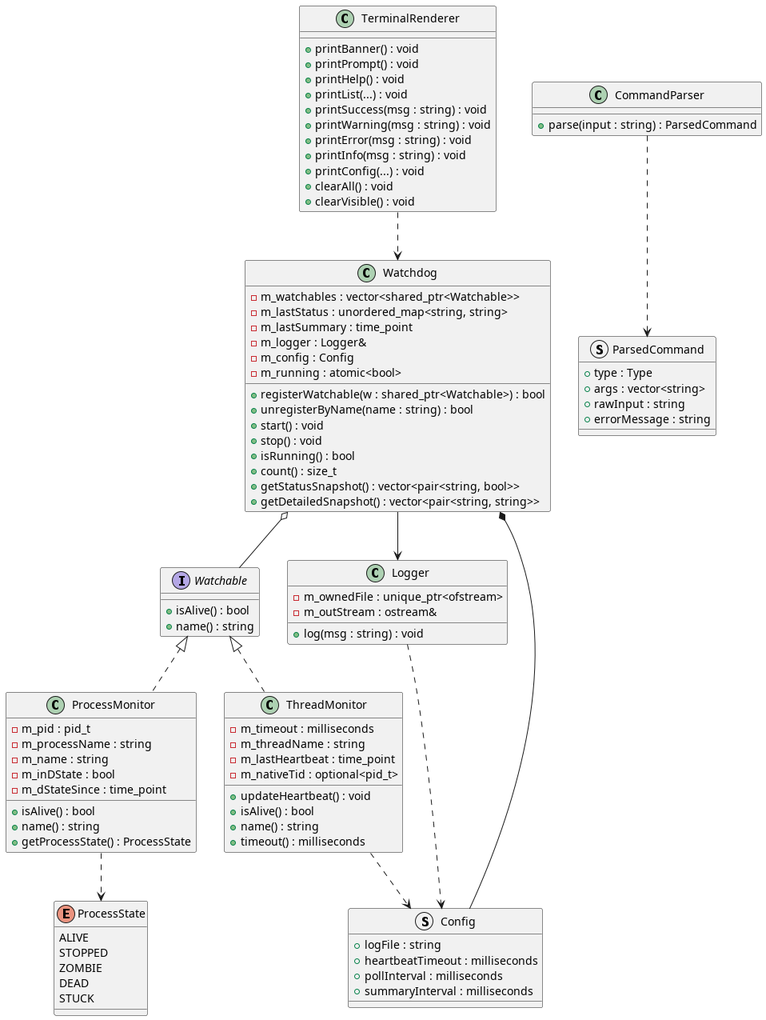
The PlantUML diagram documentation/class_diagram.png in davidcuruvija/universal-watchdog-qml, before a commit.
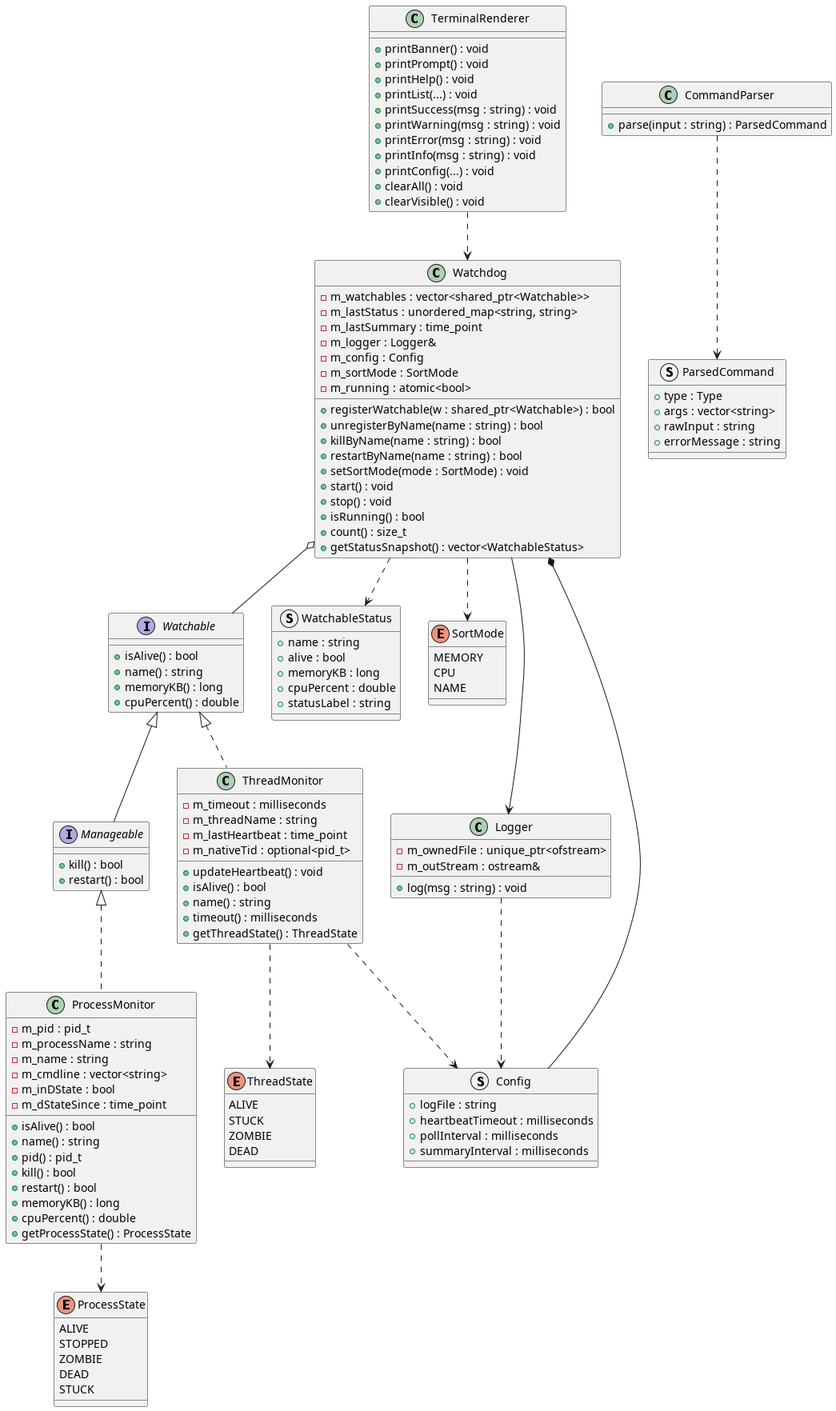
After the commit.

Commit message:
docs: Update UML class diagram with Manageable, ThreadState, SortMode and new Watchdog methods

Change to the diagram source:
```diff
@@ -3,6 +3,28 @@
 interface Watchable {
     +isAlive() : bool
     +name() : string
+    +memoryKB() : long
+    +cpuPercent() : double
+}
+
+interface Manageable {
+    +kill() : bool
+    +restart() : bool
+}
+
+struct WatchableStatus {
+    +name : string
+    +alive : bool
+    +memoryKB : long
+    +cpuPercent : double
+    +statusLabel : string
+}
+
+enum ThreadState {
+    ALIVE
+    STUCK
+    ZOMBIE
+    DEAD
 }
 
 class ThreadMonitor {
@@ -14,6 +36,7 @@
     +isAlive() : bool
     +name() : string
     +timeout() : milliseconds
+    +getThreadState() : ThreadState
 }
 
 enum ProcessState {
@@ -28,11 +51,23 @@
     -m_pid : pid_t
     -m_processName : string
     -m_name : string
+    -m_cmdline : vector<string>
     -m_inDState : bool
     -m_dStateSince : time_point
     +isAlive() : bool
     +name() : string
+    +pid() : pid_t
+    +kill() : bool
+    +restart() : bool
+    +memoryKB() : long
+    +cpuPercent() : double
     +getProcessState() : ProcessState
+}
+
+enum SortMode {
+    MEMORY
+    CPU
+    NAME
 }
 
 class Watchdog {
@@ -41,15 +76,18 @@
     -m_lastSummary : time_point
     -m_logger : Logger&
     -m_config : Config
+    -m_sortMode : SortMode
     -m_running : atomic<bool>
     +registerWatchable(w : shared_ptr<Watchable>) : bool
     +unregisterByName(name : string) : bool
+    +killByName(name : string) : bool
+    +restartByName(name : string) : bool
+    +setSortMode(mode : SortMode) : void
     +start() : void
     +stop() : void
     +isRunning() : bool
     +count() : size_t
-    +getStatusSnapshot() : vector<pair<string, bool>>
-    +getDetailedSnapshot() : vector<pair<string, string>>
+    +getStatusSnapshot() : vector<WatchableStatus>
 }
 
 class Logger {
@@ -91,11 +129,15 @@
 }
 
 Watchable <|.. ThreadMonitor
-Watchable <|.. ProcessMonitor
+Watchable <|-- Manageable
+Manageable <|.. ProcessMonitor
+ThreadMonitor ..> ThreadState
 ProcessMonitor ..> ProcessState
 Watchdog o-- Watchable
 Watchdog --> Logger
 Watchdog *-- Config
+Watchdog ..> SortMode
+Watchdog ..> WatchableStatus
 Logger ..> Config
 ThreadMonitor ..> Config
 CommandParser ..> ParsedCommand
```
